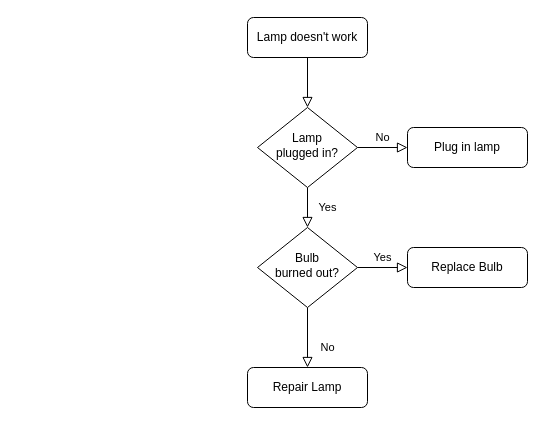
Above: product/market/fit.drawio in ODAPES/system_documentation (draw.io), before the change. Source tidied: cells renumbered, new cells numbered last; positions are measured from the earlier drawing's top-left corner, leaving out a move shared by most shapes. Both pictures are drawn from the tidied source at 100%, with x=0, y=0 at pixel (247, 17).
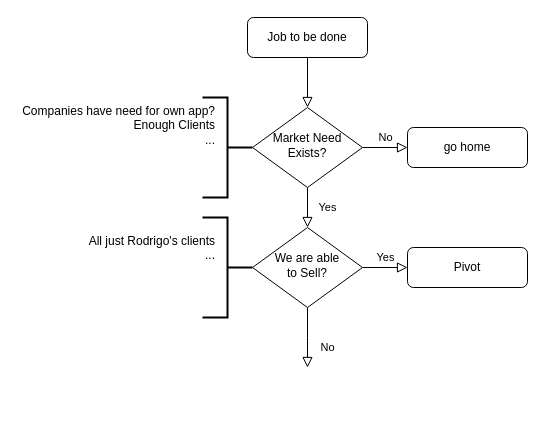
The same diagram, later.

Change to the diagram source:
```diff
@@
 <mxGraphModel>
   <root>
     <mxCell id="0" />
     <mxCell id="1" parent="0" />
     <mxCell id="2" style="rounded=0;html=1;jettySize=auto;fontSize=11;endArrow=block;endFill=0;endSize=8;strokeWidth=1;shadow=0;labelBackgroundColor=none;edgeStyle=orthogonalEdgeStyle;" parent="1" edge="1" source="3" target="6">
       <mxGeometry relative="1" as="geometry" />
     </mxCell>
-    <mxCell id="3" value="Lamp doesn't work" style="rounded=1;whiteSpace=wrap;html=1;fontSize=12;glass=0;strokeWidth=1;shadow=0;" parent="1" vertex="1">
+    <mxCell id="3" value="Job to be done" style="rounded=1;whiteSpace=wrap;html=1;fontSize=12;glass=0;strokeWidth=1;shadow=0;" parent="1" vertex="1">
       <mxGeometry width="120" height="40" as="geometry" />
     </mxCell>
     <mxCell id="4" value="Yes" style="rounded=0;html=1;jettySize=auto;fontSize=11;endArrow=block;endFill=0;endSize=8;strokeWidth=1;shadow=0;labelBackgroundColor=none;edgeStyle=orthogonalEdgeStyle;" parent="1" edge="1" source="6" target="10">
       <mxGeometry y="20" relative="1" as="geometry" />
     </mxCell>
     <mxCell id="5" value="No" style="edgeStyle=orthogonalEdgeStyle;rounded=0;html=1;jettySize=auto;fontSize=11;endArrow=block;endFill=0;endSize=8;strokeWidth=1;shadow=0;labelBackgroundColor=none;" parent="1" edge="1" source="6" target="7">
       <mxGeometry y="10" relative="1" as="geometry" />
     </mxCell>
-    <mxCell id="6" value="Lamp&lt;br&gt;plugged in?" style="rhombus;whiteSpace=wrap;html=1;shadow=0;fontFamily=Helvetica;fontSize=12;align=center;strokeWidth=1;spacing=6;spacingTop=-4;" parent="1" vertex="1">
-      <mxGeometry x="10" y="90" width="100" height="80" as="geometry" />
+    <mxCell id="6" value="Market Need Exists?" style="rhombus;whiteSpace=wrap;html=1;shadow=0;fontFamily=Helvetica;fontSize=12;align=center;strokeWidth=1;spacing=6;spacingTop=-4;" parent="1" vertex="1">
+      <mxGeometry x="5" y="90" width="110" height="80" as="geometry" />
     </mxCell>
-    <mxCell id="7" value="Plug in lamp" style="rounded=1;whiteSpace=wrap;html=1;fontSize=12;glass=0;strokeWidth=1;shadow=0;" parent="1" vertex="1">
+    <mxCell id="7" value="go home" style="rounded=1;whiteSpace=wrap;html=1;fontSize=12;glass=0;strokeWidth=1;shadow=0;" parent="1" vertex="1">
       <mxGeometry x="160" y="110" width="120" height="40" as="geometry" />
     </mxCell>
-    <mxCell id="8" value="No" style="rounded=0;html=1;jettySize=auto;fontSize=11;endArrow=block;endFill=0;endSize=8;strokeWidth=1;shadow=0;labelBackgroundColor=none;edgeStyle=orthogonalEdgeStyle;" parent="1" edge="1" source="10" target="11">
-      <mxGeometry x="0.33" y="20" relative="1" as="geometry" />
+    <mxCell id="8" value="No" style="rounded=0;html=1;jettySize=auto;fontSize=11;endArrow=block;endFill=0;endSize=8;strokeWidth=1;shadow=0;labelBackgroundColor=none;edgeStyle=orthogonalEdgeStyle;" parent="1" edge="1" source="10">
+      <mxGeometry x="0.33" y="20" relative="1" as="geometry">
+        <mxPoint x="60" y="350" as="targetPoint" />
+      </mxGeometry>
     </mxCell>
     <mxCell id="9" value="Yes" style="edgeStyle=orthogonalEdgeStyle;rounded=0;html=1;jettySize=auto;fontSize=11;endArrow=block;endFill=0;endSize=8;strokeWidth=1;shadow=0;labelBackgroundColor=none;" parent="1" edge="1" source="10" target="12">
       <mxGeometry y="10" relative="1" as="geometry" />
     </mxCell>
-    <mxCell id="10" value="Bulb&lt;br&gt;burned out?" style="rhombus;whiteSpace=wrap;html=1;shadow=0;fontFamily=Helvetica;fontSize=12;align=center;strokeWidth=1;spacing=6;spacingTop=-4;" parent="1" vertex="1">
-      <mxGeometry x="10" y="210" width="100" height="80" as="geometry" />
+    <mxCell id="10" value="We are able &lt;br&gt;to Sell?" style="rhombus;whiteSpace=wrap;html=1;shadow=0;fontFamily=Helvetica;fontSize=12;align=center;strokeWidth=1;spacing=6;spacingTop=-4;" parent="1" vertex="1">
+      <mxGeometry x="5" y="210" width="110" height="80" as="geometry" />
     </mxCell>
-    <mxCell id="11" value="Repair Lamp" style="rounded=1;whiteSpace=wrap;html=1;fontSize=12;glass=0;strokeWidth=1;shadow=0;" parent="1" vertex="1">
-      <mxGeometry y="350" width="120" height="40" as="geometry" />
-    </mxCell>
-    <mxCell id="12" value="Replace Bulb" style="rounded=1;whiteSpace=wrap;html=1;fontSize=12;glass=0;strokeWidth=1;shadow=0;" parent="1" vertex="1">
+    <mxCell id="12" value="Pivot" style="rounded=1;whiteSpace=wrap;html=1;fontSize=12;glass=0;strokeWidth=1;shadow=0;" parent="1" vertex="1">
       <mxGeometry x="160" y="230" width="120" height="40" as="geometry" />
     </mxCell>
+    <mxCell id="13" style="strokeWidth=2;html=1;shape=mxgraph.flowchart.annotation_2;align=left;labelPosition=right;rotation=-180;" parent="1" vertex="1">
+      <mxGeometry x="-45" y="80" width="50" height="100" as="geometry" />
+    </mxCell>
+    <mxCell id="14" value="Companies have need for own app?&lt;br&gt;Enough Clients&lt;br&gt;..." style="text;whiteSpace=wrap;html=1;align=right;" parent="1" vertex="1">
+      <mxGeometry x="-230" y="80" width="200" height="40" as="geometry" />
+    </mxCell>
+    <mxCell id="15" style="strokeWidth=2;html=1;shape=mxgraph.flowchart.annotation_2;align=left;labelPosition=right;rotation=-180;" parent="1" vertex="1">
+      <mxGeometry x="-45" y="200" width="50" height="100" as="geometry" />
+    </mxCell>
+    <mxCell id="16" value="All just Rodrigo's clients&lt;br&gt;..." style="text;whiteSpace=wrap;html=1;align=right;" parent="1" vertex="1">
+      <mxGeometry x="-170" y="210" width="140" height="40" as="geometry" />
+    </mxCell>
   </root>
 </mxGraphModel>
```
